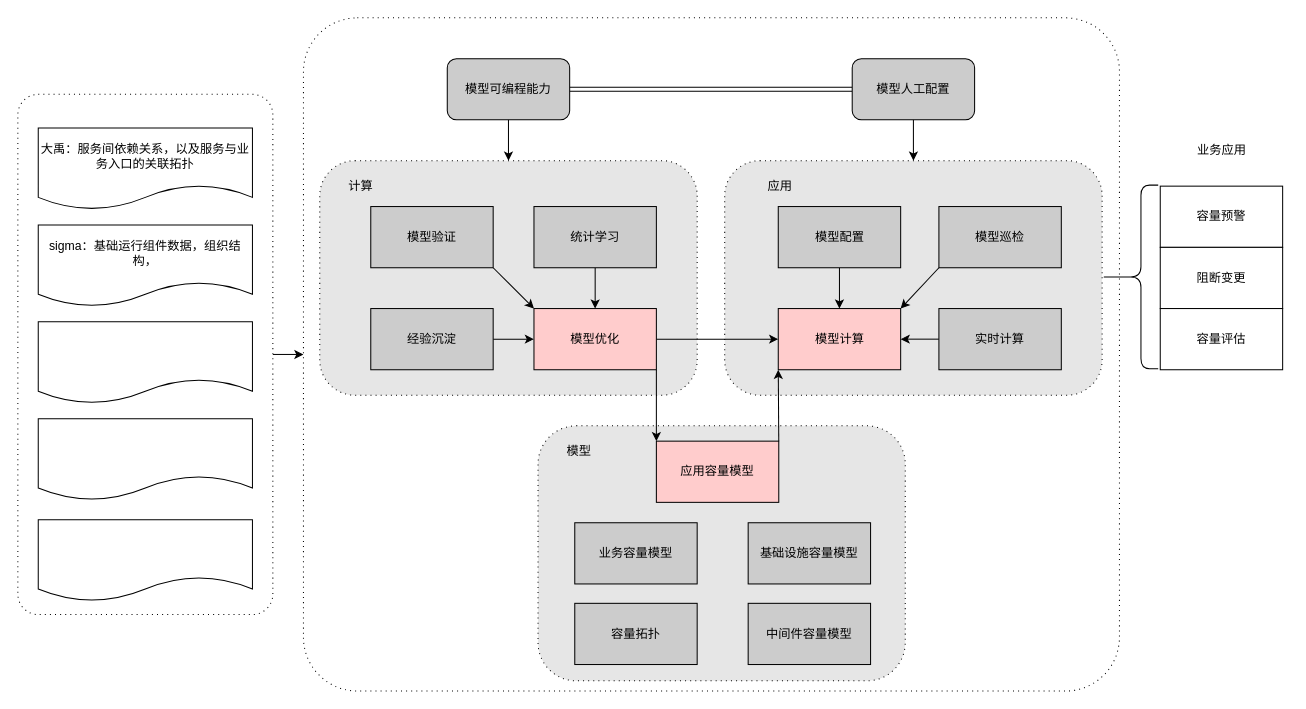
Earlier version of the draw.io diagram 容量.drawio (frankneu/draw.io). Source tidied: cells renumbered, new cells numbered last; positions are measured from the earlier drawing's top-left corner, leaving out a move shared by most shapes. Both pictures are drawn from the tidied source at 102%, with x=0, y=0 at pixel (17, 17).
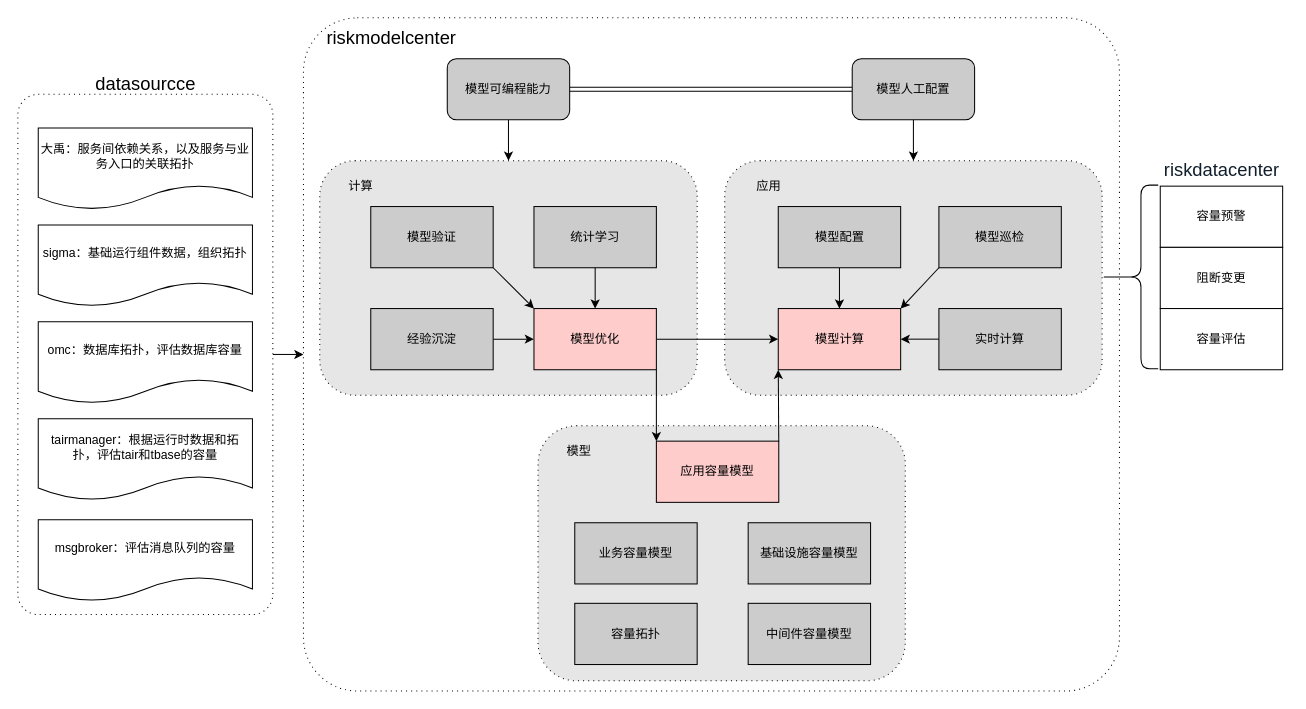
Above is the later version.

Diff of the diagram source:
```diff
@@
-    <mxCell id="30" value="sigma：基础运行组件数据，组织结构，" style="shape=document;whiteSpace=wrap;html=1;boundedLbl=1;fillColor=#FFFFFF;" parent="1" vertex="1">
+    <mxCell id="30" value="sigma：基础运行组件数据，组织拓扑" style="shape=document;whiteSpace=wrap;html=1;boundedLbl=1;fillColor=#FFFFFF;" parent="1" vertex="1">
       <mxGeometry x="20" y="203" width="210" height="80" as="geometry" />
     </mxCell>
-    <mxCell id="31" style="shape=document;whiteSpace=wrap;html=1;boundedLbl=1;fillColor=#FFFFFF;" parent="1" vertex="1">
+    <mxCell id="31" value="omc：数据库拓扑，评估数据库容量" style="shape=document;whiteSpace=wrap;html=1;boundedLbl=1;fillColor=#FFFFFF;" parent="1" vertex="1">
       <mxGeometry x="20" y="298" width="210" height="80" as="geometry" />
     </mxCell>
-    <mxCell id="32" style="shape=document;whiteSpace=wrap;html=1;boundedLbl=1;fillColor=#FFFFFF;" parent="1" vertex="1">
+    <mxCell id="32" value="tairmanager：根据运行时数据和拓扑，评估tair和tbase的容量" style="shape=document;whiteSpace=wrap;html=1;boundedLbl=1;fillColor=#FFFFFF;" parent="1" vertex="1">
       <mxGeometry x="20" y="393" width="210" height="80" as="geometry" />
     </mxCell>
-    <mxCell id="33" style="shape=document;whiteSpace=wrap;html=1;boundedLbl=1;fillColor=#FFFFFF;" parent="1" vertex="1">
+    <mxCell id="33" value="msgbroker：评估消息队列的容量" style="shape=document;whiteSpace=wrap;html=1;boundedLbl=1;fillColor=#FFFFFF;" parent="1" vertex="1">
       <mxGeometry x="20" y="492" width="210" height="80" as="geometry" />
     </mxCell>
@@
     <mxCell id="38" value="应用" style="text;html=1;align=center;verticalAlign=middle;" parent="1" vertex="1">
-      <mxGeometry x="727" y="155" width="40" height="20" as="geometry" />
+      <mxGeometry x="716" y="155" width="40" height="20" as="geometry" />
     </mxCell>
@@
-    <mxCell id="47" value="业务应用" style="text;html=1;align=center;verticalAlign=middle;" parent="1" vertex="1">
-      <mxGeometry x="1150" y="120" width="60" height="20" as="geometry" />
+    <mxCell id="47" value="&lt;span style=&quot;color: rgb(17 , 31 , 44) ; text-align: left ; white-space: pre-wrap ; background-color: rgb(255 , 255 , 255)&quot;&gt;&lt;font style=&quot;font-size: 18px&quot;&gt;riskdatacenter&lt;/font&gt;&lt;/span&gt;" style="text;html=1;align=center;verticalAlign=middle;" parent="1" vertex="1">
+      <mxGeometry x="1115" y="140" width="130" height="20" as="geometry" />
     </mxCell>
+    <mxCell id="48" value="&lt;font style=&quot;font-size: 18px&quot;&gt;riskmodelcenter&lt;/font&gt;" style="text;html=1;align=center;verticalAlign=middle;" parent="1" vertex="1">
+      <mxGeometry x="296" y="10" width="140" height="20" as="geometry" />
+    </mxCell>
+    <mxCell id="49" value="&lt;font style=&quot;font-size: 18px&quot;&gt;datasourcce&lt;/font&gt;" style="text;html=1;align=center;verticalAlign=middle;" parent="1" vertex="1">
+      <mxGeometry x="70" y="55" width="110" height="20" as="geometry" />
+    </mxCell>
```
